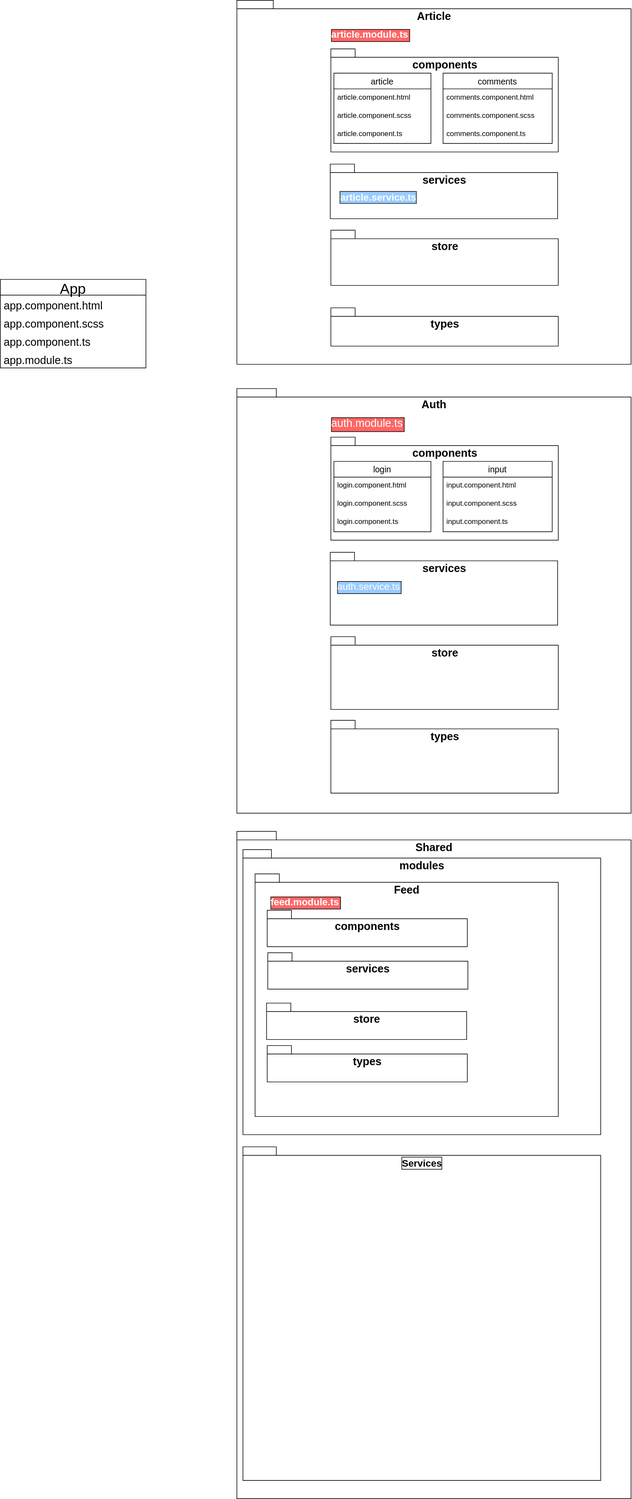
The draw.io diagram ScalableAppStructure.drawio.svg in dninov/ang-ngrx, before a commit. Source tidied: cells renumbered, new cells last; positions are measured from the earlier drawing's top-left corner, leaving out a move shared by most shapes.
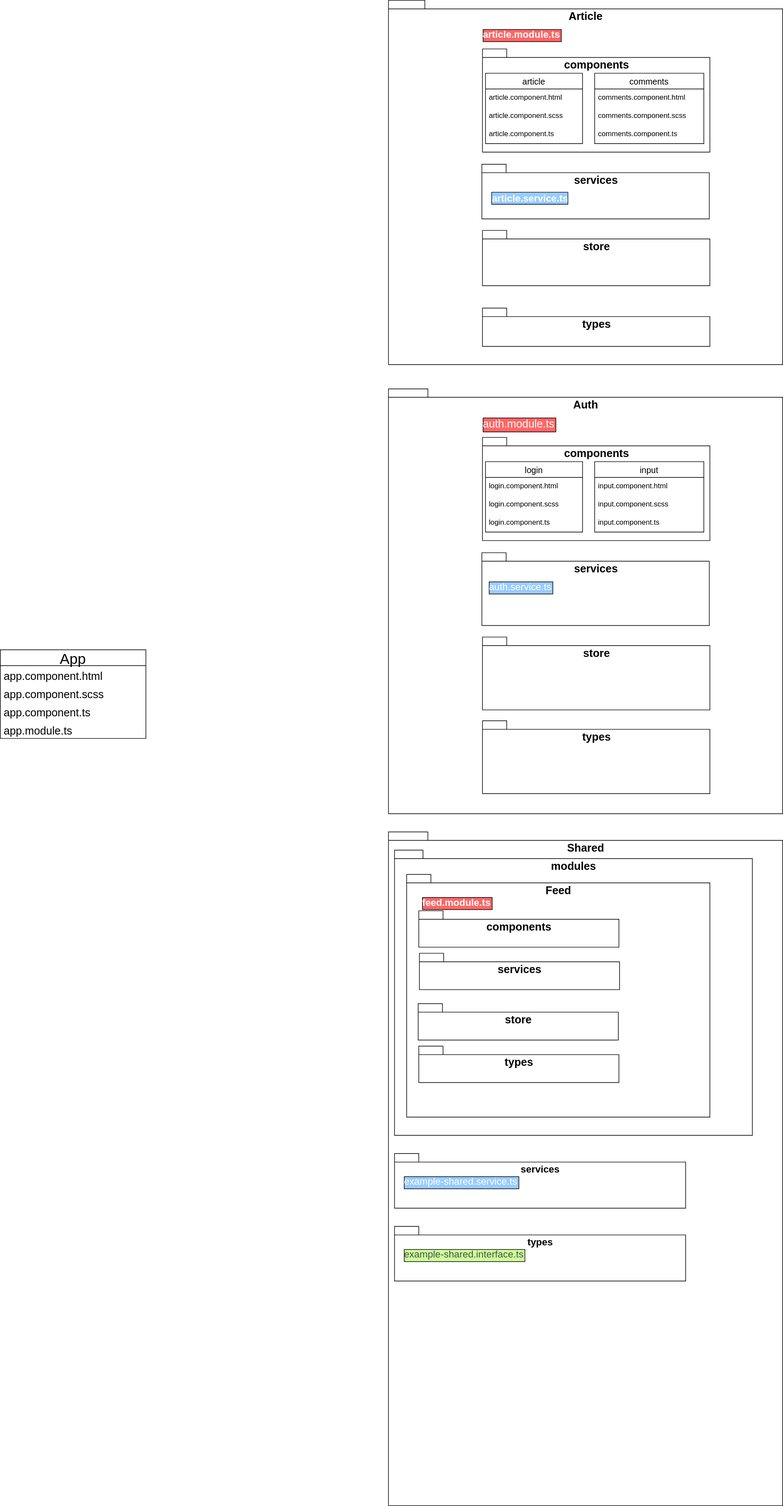
The same diagram one commit later.

The edit, as a diff of the source:
```diff
@@ -3,7 +3,7 @@
     <mxCell id="0" />
     <mxCell id="1" parent="0" />
     <mxCell id="2" value="App" style="swimlane;fontStyle=0;horizontal=1;startSize=26;align=center;fontSize=24;html=0;" parent="1" vertex="1">
-      <mxGeometry y="460" width="240" height="146" as="geometry" />
+      <mxGeometry x="-250" y="1070" width="240" height="146" as="geometry" />
     </mxCell>
     <mxCell id="3" value="app.component.html" style="text;strokeColor=none;fillColor=none;spacingLeft=4;spacingRight=4;overflow=hidden;fontSize=18;html=0;" parent="2" vertex="1">
       <mxGeometry y="26" width="240" height="30" as="geometry" />
@@ -114,10 +114,10 @@
       <mxGeometry x="155" y="547" width="375" height="120" as="geometry" />
     </mxCell>
     <mxCell id="39" style="group;labelBorderColor=none;" parent="1" vertex="1">
-      <mxGeometry x="390" y="1370" width="650" height="1100" as="geometry" />
+      <mxGeometry x="390" y="1370" width="650" height="1110" as="geometry" />
     </mxCell>
     <mxCell id="40" value="Shared" style="shape=folder;fontStyle=1;spacingTop=10;tabWidth=40;tabHeight=14;tabPosition=left;html=1;fontSize=18;verticalAlign=top;" parent="39" vertex="1">
-      <mxGeometry width="650" height="1100" as="geometry" />
+      <mxGeometry width="650" height="1110" as="geometry" />
     </mxCell>
     <mxCell id="41" value="modules" style="shape=folder;fontStyle=1;spacingTop=10;tabWidth=40;tabHeight=14;tabPosition=left;html=1;fontSize=18;verticalAlign=top;" parent="39" vertex="1">
       <mxGeometry x="10" y="30" width="590" height="470" as="geometry" />
@@ -137,9 +137,24 @@
     <mxCell id="46" value="types" style="shape=folder;fontStyle=1;spacingTop=10;tabWidth=40;tabHeight=14;tabPosition=left;html=1;fontSize=18;verticalAlign=top;" parent="39" vertex="1">
       <mxGeometry x="50" y="353" width="330" height="60" as="geometry" />
     </mxCell>
-    <mxCell id="47" value="Services" style="shape=folder;fontStyle=1;spacingTop=10;tabWidth=40;tabHeight=14;tabPosition=left;html=1;labelBackgroundColor=none;labelBorderColor=default;fontSize=16;fontColor=#000000;verticalAlign=top;" parent="39" vertex="1">
-      <mxGeometry x="10" y="520" width="590" height="550" as="geometry" />
-    </mxCell>
+    <mxCell id="49" style="group;" parent="39" vertex="1">
+      <mxGeometry x="10" y="530" width="480" height="90" as="geometry" />
+    </mxCell>
+    <mxCell id="50" value="services" style="shape=folder;fontStyle=1;spacingTop=10;tabWidth=40;tabHeight=14;tabPosition=left;html=1;labelBackgroundColor=none;labelBorderColor=none;fontSize=16;fontColor=#000000;verticalAlign=top;" parent="49" vertex="1">
+      <mxGeometry width="480" height="90" as="geometry" />
+    </mxCell>
+    <mxCell id="51" value="example-shared.service.ts" style="text;strokeColor=none;fillColor=none;spacingLeft=4;spacingRight=4;overflow=hidden;fontSize=16;html=0;labelBorderColor=default;labelBackgroundColor=#99CCFF;fontColor=#FFFFFF;" parent="49" vertex="1">
+      <mxGeometry x="10" y="30" width="210" height="30" as="geometry" />
+    </mxCell>
+    <mxCell id="52" style="group;" parent="39" vertex="1">
+      <mxGeometry x="10" y="650" width="480" height="90" as="geometry" />
+    </mxCell>
+    <mxCell id="53" value="types" style="shape=folder;fontStyle=1;spacingTop=10;tabWidth=40;tabHeight=14;tabPosition=left;html=1;labelBackgroundColor=none;labelBorderColor=none;fontSize=16;fontColor=#000000;verticalAlign=top;" parent="52" vertex="1">
+      <mxGeometry width="480" height="90" as="geometry" />
+    </mxCell>
+    <mxCell id="54" value="example-shared.interface.ts" style="text;strokeColor=none;fillColor=none;spacingLeft=4;spacingRight=4;overflow=hidden;fontSize=16;html=0;labelBorderColor=default;labelBackgroundColor=#CCFF99;fontColor=#4D4D4D;" parent="52" vertex="1">
+      <mxGeometry x="10" y="30" width="210" height="30" as="geometry" />
+    </mxCell>
     <mxCell id="48" value="services" style="shape=folder;fontStyle=1;spacingTop=10;tabWidth=40;tabHeight=14;tabPosition=left;html=1;fontSize=18;verticalAlign=top;" parent="1" vertex="1">
       <mxGeometry x="441" y="1570" width="330" height="60" as="geometry" />
     </mxCell>
```
